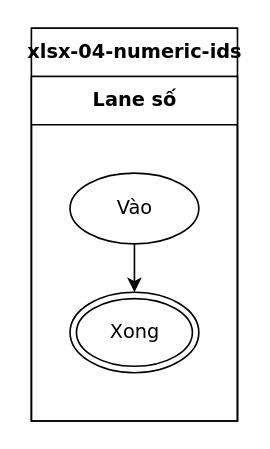
The draw.io diagram conformance/golden/cases/xlsx-04-numeric-ids.drawio in luytbq/flowcast, before the edit. Source tidied: cells renumbered, new cells numbered last; positions are measured from the earlier drawing's top-left corner, leaving out a move shared by most shapes. Both pictures are drawn from the tidied source at 161%, with x=0, y=0 at pixel (31, 27).
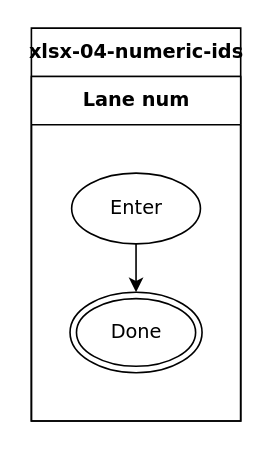
Above is the later version.

Diff of the diagram source:
```diff
@@
 <mxGraphModel>
   <root>
     <mxCell id="0" />
     <mxCell id="1" parent="0" />
     <mxCell id="2" value="xlsx-04-numeric-ids" style="swimlane;html=1;startSize=30;fontStyle=1;fontFamily=Verdana;fontSize=12;flowtable=1;" parent="1" vertex="1">
-      <mxGeometry width="128" height="244" as="geometry" />
+      <mxGeometry width="130" height="244" as="geometry" />
     </mxCell>
-    <mxCell id="3" value="Lane số" style="swimlane;html=1;startSize=30;fontFamily=Verdana;fontSize=12;flowtable=1;" parent="2" vertex="1">
-      <mxGeometry y="30" width="128" height="214" as="geometry" />
+    <mxCell id="3" value="Lane num" style="swimlane;html=1;startSize=30;fontFamily=Verdana;fontSize=12;flowtable=1;" parent="2" vertex="1">
+      <mxGeometry y="30" width="130" height="214" as="geometry" />
     </mxCell>
-    <mxCell id="4" value="Vào" style="ellipse;html=1;fontFamily=Verdana;fontSize=12;flowtable=1;" parent="3" vertex="1">
-      <mxGeometry x="24" y="60" width="80" height="44" as="geometry" />
+    <mxCell id="4" value="Enter" style="ellipse;html=1;fontFamily=Verdana;fontSize=12;flowtable=1;" parent="3" vertex="1">
+      <mxGeometry x="25" y="60" width="80" height="44" as="geometry" />
     </mxCell>
-    <mxCell id="5" value="Xong" style="shape=doubleEllipse;html=1;fontFamily=Verdana;fontSize=12;flowtable=1;" parent="3" vertex="1">
-      <mxGeometry x="24" y="134" width="80" height="50" as="geometry" />
+    <mxCell id="5" value="Done" style="shape=doubleEllipse;html=1;fontFamily=Verdana;fontSize=12;flowtable=1;" parent="3" vertex="1">
+      <mxGeometry x="24" y="134" width="82" height="50" as="geometry" />
     </mxCell>
     <mxCell id="6" style="edgeStyle=orthogonalEdgeStyle;rounded=0;jettySize=auto;html=1;labelBackgroundColor=default;exitX=0.5;exitY=1;exitDx=0;exitDy=0;entryX=0.5;entryY=0;entryDx=0;entryDy=0;fontFamily=Verdana;fontSize=12;flowtable=1;" parent="2" edge="1" source="4" target="5">
       <mxGeometry relative="1" as="geometry" />
     </mxCell>
   </root>
 </mxGraphModel>
```
